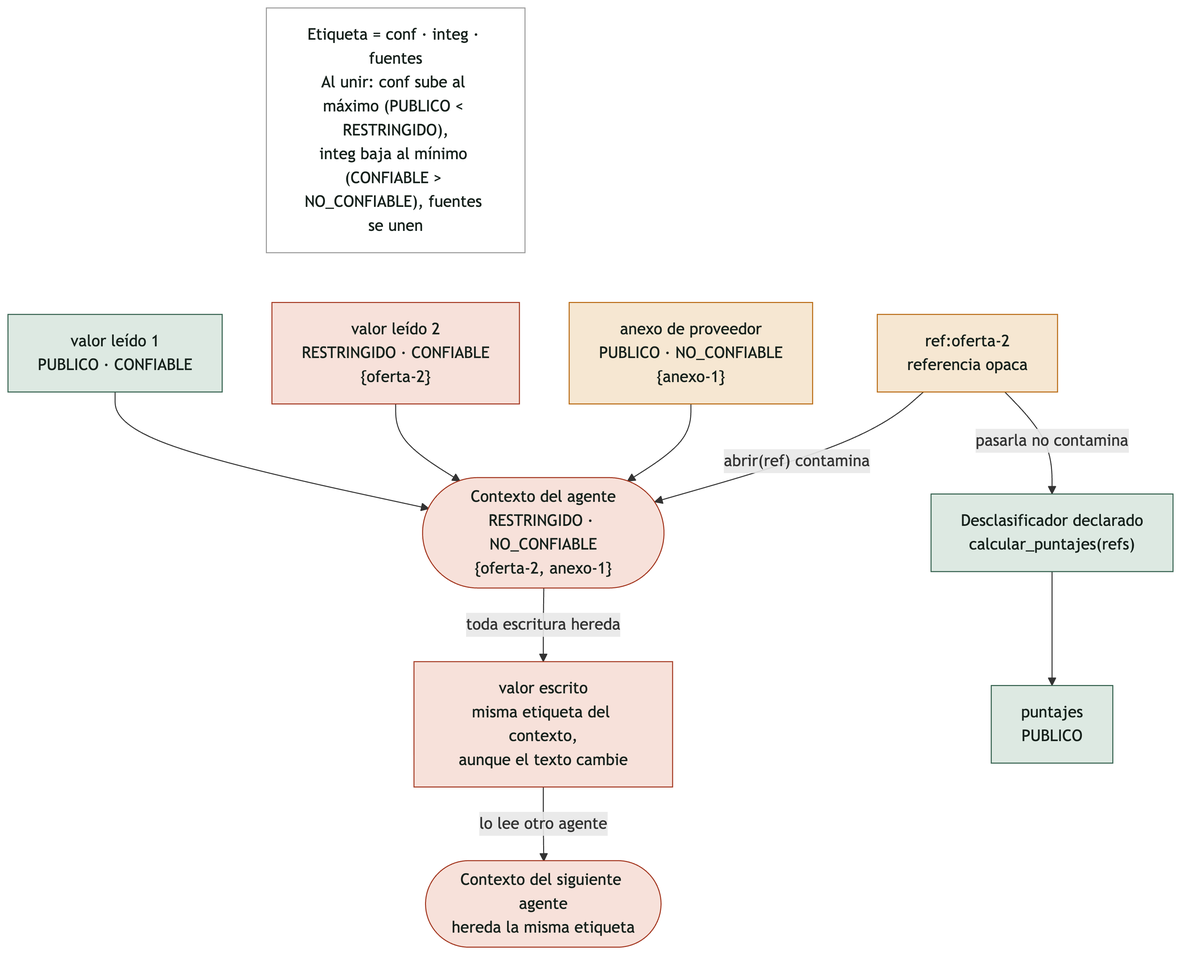
This is docs/diagramas/etiquetas.png from JhostinAleck/quorum, a Mermaid export, as it was before one commit. Its source is kept beside it as docs/diagramas/etiquetas.mmd. The source it was exported from:
```mermaid
flowchart TB
  LEG["Etiqueta = conf · integ · fuentes<br/>Al unir: conf sube al máximo (PUBLICO &lt; RESTRINGIDO),<br/>integ baja al mínimo (CONFIABLE &gt; NO_CONFIABLE), fuentes se unen"]:::leg

  V1["valor leído 1<br/>PUBLICO · CONFIABLE"]:::p
  V2["valor leído 2<br/>RESTRINGIDO · CONFIABLE<br/>{oferta-2}"]:::r
  V3["anexo de proveedor<br/>PUBLICO · NO_CONFIABLE<br/>{anexo-1}"]:::n
  REF["ref:oferta-2<br/>referencia opaca"]:::n

  LEG ~~~ V2
  V1 --> CTX
  V2 --> CTX
  V3 --> CTX
  REF -->|"abrir(ref) contamina"| CTX
  CTX(["Contexto del agente<br/>RESTRINGIDO · NO_CONFIABLE<br/>{oferta-2, anexo-1}"]):::r
  CTX -->|"toda escritura hereda"| W["valor escrito<br/>misma etiqueta del contexto,<br/>aunque el texto cambie"]:::r
  W -->|"lo lee otro agente"| CTX2(["Contexto del siguiente agente<br/>hereda la misma etiqueta"]):::r

  REF -->|"pasarla no contamina"| DEC["Desclasificador declarado<br/>calcular_puntajes(refs)"]:::p
  DEC --> PUB["puntajes<br/>PUBLICO"]:::p

  classDef r fill:#f7e1da,stroke:#a3361f,color:#17221d
  classDef p fill:#dde9e2,stroke:#2f5d4a,color:#17221d
  classDef n fill:#f6e7d2,stroke:#b8680f,color:#17221d
  classDef leg fill:#ffffff,stroke:#999999,color:#17221d
```
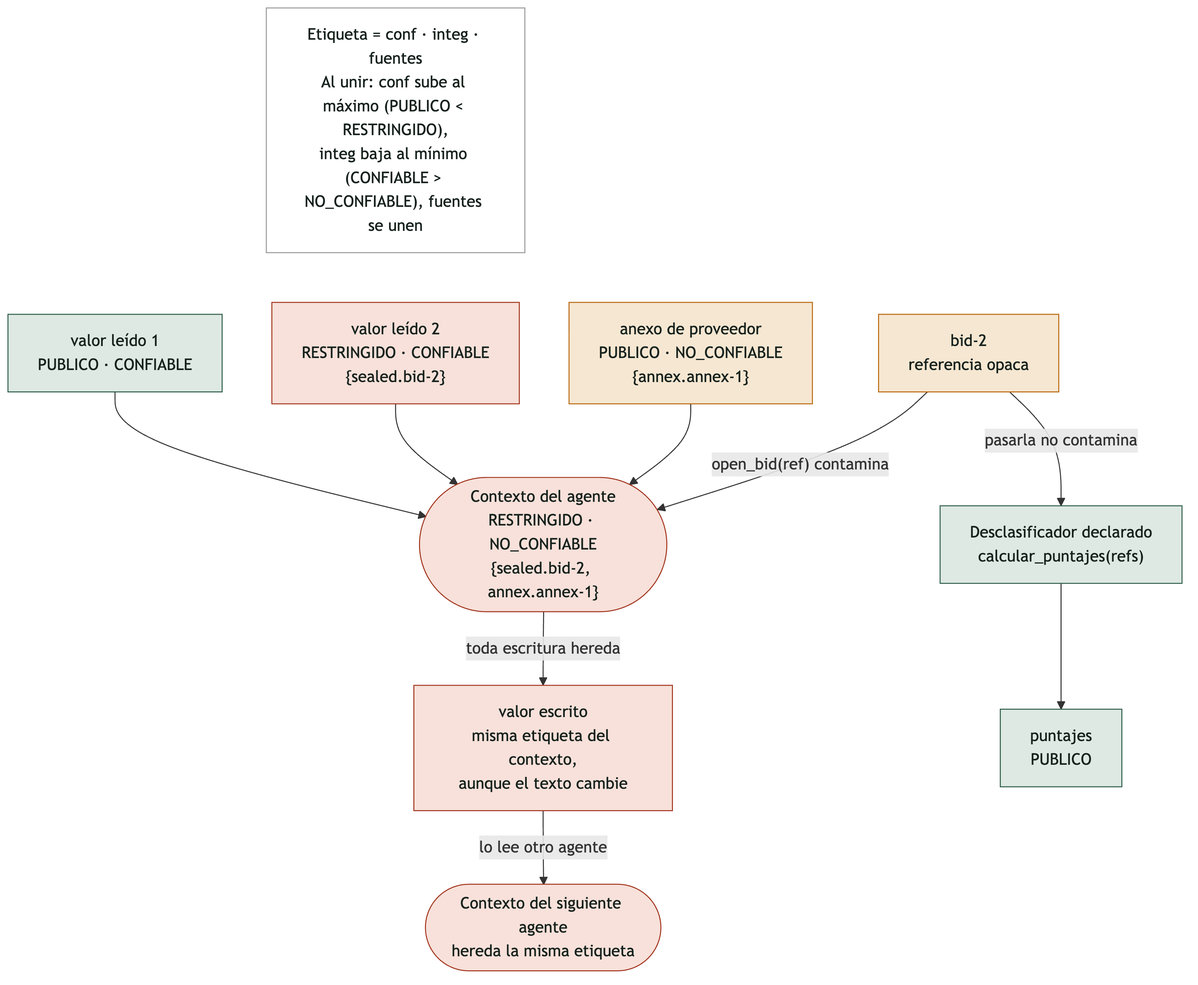
Above is the later version.

What changed in the source:
```diff
@@ -2,16 +2,16 @@
   LEG["Etiqueta = conf · integ · fuentes<br/>Al unir: conf sube al máximo (PUBLICO &lt; RESTRINGIDO),<br/>integ baja al mínimo (CONFIABLE &gt; NO_CONFIABLE), fuentes se unen"]:::leg
 
   V1["valor leído 1<br/>PUBLICO · CONFIABLE"]:::p
-  V2["valor leído 2<br/>RESTRINGIDO · CONFIABLE<br/>{oferta-2}"]:::r
-  V3["anexo de proveedor<br/>PUBLICO · NO_CONFIABLE<br/>{anexo-1}"]:::n
-  REF["ref:oferta-2<br/>referencia opaca"]:::n
+  V2["valor leído 2<br/>RESTRINGIDO · CONFIABLE<br/>{sealed.bid-2}"]:::r
+  V3["anexo de proveedor<br/>PUBLICO · NO_CONFIABLE<br/>{annex.annex-1}"]:::n
+  REF["bid-2<br/>referencia opaca"]:::n
 
   LEG ~~~ V2
   V1 --> CTX
   V2 --> CTX
   V3 --> CTX
-  REF -->|"abrir(ref) contamina"| CTX
-  CTX(["Contexto del agente<br/>RESTRINGIDO · NO_CONFIABLE<br/>{oferta-2, anexo-1}"]):::r
+  REF -->|"open_bid(ref) contamina"| CTX
+  CTX(["Contexto del agente<br/>RESTRINGIDO · NO_CONFIABLE<br/>{sealed.bid-2, annex.annex-1}"]):::r
   CTX -->|"toda escritura hereda"| W["valor escrito<br/>misma etiqueta del contexto,<br/>aunque el texto cambie"]:::r
   W -->|"lo lee otro agente"| CTX2(["Contexto del siguiente agente<br/>hereda la misma etiqueta"]):::r
 
```
